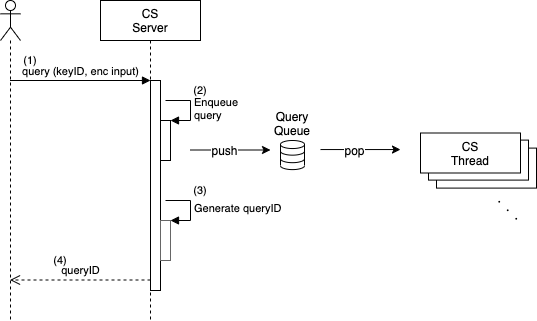
Before: doc/spec-ja/source/images/fhetbl_design-seq-cs-01-1.png, a diagram exported from draw.io (iihiro/FHE-Table-Search). Source tidied: cells renumbered, new cells last; positions are measured from the earlier drawing's top-left corner, leaving out a move shared by most shapes.
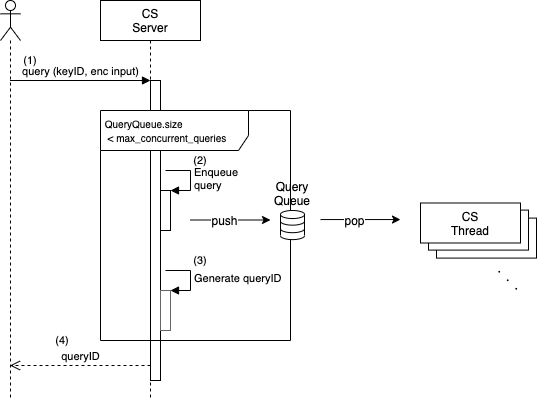
Above is the later version.

What changed in the source:
```diff
@@ -3,19 +3,19 @@
     <mxCell id="0" />
     <mxCell id="1" parent="0" />
     <mxCell id="2" style="rounded=0;whiteSpace=wrap;html=1;strokeColor=#000000;strokeWidth=1;" parent="1" vertex="1">
-      <mxGeometry x="436" y="147.6" width="100" height="40" as="geometry" />
+      <mxGeometry x="436" y="217.6" width="100" height="40" as="geometry" />
     </mxCell>
     <mxCell id="3" style="rounded=0;whiteSpace=wrap;html=1;strokeColor=#000000;strokeWidth=1;" parent="1" vertex="1">
-      <mxGeometry x="428" y="139.6" width="100" height="40" as="geometry" />
+      <mxGeometry x="428" y="209.6" width="100" height="40" as="geometry" />
     </mxCell>
     <mxCell id="4" style="shape=umlLifeline;participant=umlActor;perimeter=lifelinePerimeter;whiteSpace=wrap;html=1;verticalAlign=top;spacingTop=36;labelBackgroundColor=#ffffff;outlineConnect=0;" parent="1" vertex="1">
-      <mxGeometry width="20" height="320" as="geometry" />
+      <mxGeometry width="20" height="400" as="geometry" />
     </mxCell>
     <mxCell id="5" value="CS&lt;br&gt;Server" style="shape=umlLifeline;perimeter=lifelinePerimeter;whiteSpace=wrap;html=1;" parent="1" vertex="1">
-      <mxGeometry x="100" width="100" height="320" as="geometry" />
+      <mxGeometry x="100" width="100" height="400" as="geometry" />
     </mxCell>
     <mxCell id="6" style="html=1;points=[];perimeter=orthogonalPerimeter;" parent="1" vertex="1">
-      <mxGeometry x="150" y="80" width="10" height="210" as="geometry" />
+      <mxGeometry x="150" y="80" width="10" height="300" as="geometry" />
     </mxCell>
     <mxCell id="7" value="query (keyID, enc input)" style="html=1;verticalAlign=bottom;endArrow=block;entryX=0;entryY=0;labelBackgroundColor=none;" parent="1" edge="1" source="4" target="6">
       <mxGeometry relative="1" as="geometry" />
@@ -23,73 +23,76 @@
     <mxCell id="8" value="queryID" style="html=1;verticalAlign=bottom;endArrow=open;dashed=1;endSize=8;exitX=0;exitY=0.95;labelBackgroundColor=none;" parent="1" edge="1" source="6" target="4">
       <mxGeometry relative="1" as="geometry" />
     </mxCell>
-    <mxCell id="9" style="html=1;verticalLabelPosition=bottom;align=center;labelBackgroundColor=#ffffff;verticalAlign=top;strokeWidth=1;strokeColor=#000000;shadow=0;dashed=0;shape=mxgraph.ios7.icons.data;" parent="1" vertex="1">
-      <mxGeometry x="280" y="140" width="24" height="29.1" as="geometry" />
+    <mxCell id="9" style="html=1;points=[];perimeter=orthogonalPerimeter;strokeColor=#000000;strokeWidth=1;" parent="1" vertex="1">
+      <mxGeometry x="160" y="190" width="10" height="40" as="geometry" />
     </mxCell>
-    <mxCell id="10" style="html=1;points=[];perimeter=orthogonalPerimeter;strokeColor=#000000;strokeWidth=1;" parent="1" vertex="1">
-      <mxGeometry x="160" y="120" width="10" height="40" as="geometry" />
+    <mxCell id="10" value="Enqueue&lt;br&gt;query" style="edgeStyle=orthogonalEdgeStyle;html=1;align=left;spacingLeft=2;endArrow=block;rounded=0;entryX=1;entryY=0;labelBackgroundColor=none;" parent="1" edge="1" target="9">
+      <mxGeometry relative="1" as="geometry">
+        <mxPoint x="165" y="170" as="sourcePoint" />
+        <Array as="points">
+          <mxPoint x="190" y="170" />
+        </Array>
+      </mxGeometry>
     </mxCell>
-    <mxCell id="11" value="Enqueue&lt;br&gt;query" style="edgeStyle=orthogonalEdgeStyle;html=1;align=left;spacingLeft=2;endArrow=block;rounded=0;entryX=1;entryY=0;labelBackgroundColor=none;" parent="1" edge="1" target="10">
-      <mxGeometry relative="1" as="geometry">
-        <mxPoint x="165" y="100" as="sourcePoint" />
-        <Array as="points">
-          <mxPoint x="190" y="100" />
-        </Array>
-      </mxGeometry>
+    <mxCell id="11" value="Query Queue" style="text;html=1;strokeColor=none;fillColor=none;align=center;verticalAlign=middle;whiteSpace=wrap;rounded=0;" parent="1" vertex="1">
+      <mxGeometry x="272" y="182.5" width="40" height="20" as="geometry" />
     </mxCell>
-    <mxCell id="12" value="Query Queue" style="text;html=1;strokeColor=none;fillColor=none;align=center;verticalAlign=middle;whiteSpace=wrap;rounded=0;" parent="1" vertex="1">
-      <mxGeometry x="272" y="112.5" width="40" height="20" as="geometry" />
+    <mxCell id="12" style="endArrow=classic;html=1;labelBackgroundColor=none;" parent="1" edge="1">
+      <mxGeometry relative="1" as="geometry">
+        <mxPoint x="190" y="219.5" as="sourcePoint" />
+        <mxPoint x="270" y="219.5" as="targetPoint" />
+      </mxGeometry>
     </mxCell>
-    <mxCell id="13" style="endArrow=classic;html=1;labelBackgroundColor=none;" parent="1" edge="1">
-      <mxGeometry relative="1" as="geometry">
-        <mxPoint x="190" y="149.5" as="sourcePoint" />
-        <mxPoint x="270" y="149.5" as="targetPoint" />
+    <mxCell id="13" value="push" style="text;html=1;align=center;verticalAlign=middle;labelBackgroundColor=#ffffff;" parent="12" vertex="1">
+      <mxGeometry x="-0.17" y="1" relative="1" as="geometry">
+        <mxPoint y="1" as="offset" />
       </mxGeometry>
     </mxCell>
-    <mxCell id="14" value="push" style="text;html=1;align=center;verticalAlign=middle;labelBackgroundColor=#ffffff;" parent="13" vertex="1">
-      <mxGeometry x="-0.17" y="1" relative="1" as="geometry">
-        <mxPoint y="1" as="offset" />
-      </mxGeometry>
+    <mxCell id="14" value="CS&lt;br&gt;Thread" style="rounded=0;whiteSpace=wrap;html=1;strokeColor=#000000;strokeWidth=1;" parent="1" vertex="1">
+      <mxGeometry x="420" y="202.5" width="100" height="40" as="geometry" />
     </mxCell>
-    <mxCell id="15" value="CS&lt;br&gt;Thread" style="rounded=0;whiteSpace=wrap;html=1;strokeColor=#000000;strokeWidth=1;" parent="1" vertex="1">
-      <mxGeometry x="420" y="132.5" width="100" height="40" as="geometry" />
+    <mxCell id="15" style="endArrow=classic;html=1;labelBackgroundColor=none;" parent="1" edge="1">
+      <mxGeometry relative="1" as="geometry">
+        <mxPoint x="320" y="219" as="sourcePoint" />
+        <mxPoint x="400" y="219" as="targetPoint" />
+      </mxGeometry>
     </mxCell>
-    <mxCell id="16" style="endArrow=classic;html=1;labelBackgroundColor=none;" parent="1" edge="1">
-      <mxGeometry relative="1" as="geometry">
-        <mxPoint x="320" y="149" as="sourcePoint" />
-        <mxPoint x="400" y="149" as="targetPoint" />
+    <mxCell id="16" value="pop" style="text;html=1;align=center;verticalAlign=middle;labelBackgroundColor=#ffffff;" parent="15" vertex="1">
+      <mxGeometry x="-0.17" y="1" relative="1" as="geometry">
+        <mxPoint y="1" as="offset" />
       </mxGeometry>
     </mxCell>
-    <mxCell id="17" value="pop" style="text;html=1;align=center;verticalAlign=middle;labelBackgroundColor=#ffffff;" parent="16" vertex="1">
-      <mxGeometry x="-0.17" y="1" relative="1" as="geometry">
-        <mxPoint y="1" as="offset" />
-      </mxGeometry>
+    <mxCell id="17" value="・・・" style="text;html=1;strokeColor=none;fillColor=none;align=center;verticalAlign=middle;whiteSpace=wrap;rounded=0;rotation=45;" parent="1" vertex="1">
+      <mxGeometry x="488" y="270" width="40" height="20" as="geometry" />
     </mxCell>
-    <mxCell id="18" value="・・・" style="text;html=1;strokeColor=none;fillColor=none;align=center;verticalAlign=middle;whiteSpace=wrap;rounded=0;rotation=45;" parent="1" vertex="1">
-      <mxGeometry x="488" y="200" width="40" height="20" as="geometry" />
+    <mxCell id="18" style="html=1;points=[];perimeter=orthogonalPerimeter;strokeColor=#666666;strokeWidth=1;fillColor=none;" parent="1" vertex="1">
+      <mxGeometry x="160" y="290" width="10" height="40" as="geometry" />
     </mxCell>
-    <mxCell id="19" style="html=1;points=[];perimeter=orthogonalPerimeter;strokeColor=#666666;strokeWidth=1;fillColor=none;" parent="1" vertex="1">
-      <mxGeometry x="160" y="220" width="10" height="40" as="geometry" />
+    <mxCell id="19" value="Generate queryID" style="edgeStyle=orthogonalEdgeStyle;html=1;align=left;spacingLeft=2;endArrow=block;rounded=0;entryX=1;entryY=0;labelBackgroundColor=none;" parent="1" edge="1" target="18">
+      <mxGeometry relative="1" as="geometry">
+        <mxPoint x="165" y="270" as="sourcePoint" />
+        <Array as="points">
+          <mxPoint x="190" y="270" />
+        </Array>
+      </mxGeometry>
     </mxCell>
-    <mxCell id="20" value="Generate queryID" style="edgeStyle=orthogonalEdgeStyle;html=1;align=left;spacingLeft=2;endArrow=block;rounded=0;entryX=1;entryY=0;labelBackgroundColor=none;" parent="1" edge="1" target="19">
-      <mxGeometry relative="1" as="geometry">
-        <mxPoint x="165" y="200" as="sourcePoint" />
-        <Array as="points">
-          <mxPoint x="190" y="200" />
-        </Array>
-      </mxGeometry>
+    <mxCell id="20" value="(1)" style="text;html=1;strokeColor=none;fillColor=none;align=center;verticalAlign=middle;whiteSpace=wrap;rounded=0;fontSize=11;" parent="1" vertex="1">
+      <mxGeometry x="10" y="50" width="40" height="20" as="geometry" />
     </mxCell>
-    <mxCell id="21" value="(1)" style="text;html=1;strokeColor=none;fillColor=none;align=center;verticalAlign=middle;whiteSpace=wrap;rounded=0;fontSize=11;" parent="1" vertex="1">
-      <mxGeometry x="10" y="50" width="40" height="20" as="geometry" />
+    <mxCell id="21" value="(2)" style="text;html=1;strokeColor=none;fillColor=none;align=center;verticalAlign=middle;whiteSpace=wrap;rounded=0;fontSize=11;" parent="1" vertex="1">
+      <mxGeometry x="180" y="150" width="40" height="20" as="geometry" />
     </mxCell>
-    <mxCell id="22" value="(2)" style="text;html=1;strokeColor=none;fillColor=none;align=center;verticalAlign=middle;whiteSpace=wrap;rounded=0;fontSize=11;" parent="1" vertex="1">
-      <mxGeometry x="180" y="80" width="40" height="20" as="geometry" />
+    <mxCell id="22" value="(3)" style="text;html=1;strokeColor=none;fillColor=none;align=center;verticalAlign=middle;whiteSpace=wrap;rounded=0;fontSize=11;" parent="1" vertex="1">
+      <mxGeometry x="180" y="250" width="40" height="20" as="geometry" />
     </mxCell>
-    <mxCell id="23" value="(3)" style="text;html=1;strokeColor=none;fillColor=none;align=center;verticalAlign=middle;whiteSpace=wrap;rounded=0;fontSize=11;" parent="1" vertex="1">
-      <mxGeometry x="180" y="180" width="40" height="20" as="geometry" />
+    <mxCell id="23" value="(4)" style="text;html=1;strokeColor=none;fillColor=none;align=center;verticalAlign=middle;whiteSpace=wrap;rounded=0;fontSize=11;" parent="1" vertex="1">
+      <mxGeometry x="42" y="330" width="40" height="20" as="geometry" />
     </mxCell>
-    <mxCell id="24" value="(4)" style="text;html=1;strokeColor=none;fillColor=none;align=center;verticalAlign=middle;whiteSpace=wrap;rounded=0;fontSize=11;" parent="1" vertex="1">
-      <mxGeometry x="40" y="250" width="40" height="20" as="geometry" />
+    <mxCell id="24" value="&lt;font style=&quot;font-size: 10px&quot;&gt;&amp;nbsp;QueryQueue.size&lt;br&gt;&amp;nbsp; &amp;lt; max_concurrent_queries&lt;/font&gt;" style="shape=umlFrame;whiteSpace=wrap;html=1;width=148;height=40;align=left;" parent="1" vertex="1">
+      <mxGeometry x="100" y="110" width="190" height="230" as="geometry" />
     </mxCell>
+    <mxCell id="25" style="html=1;verticalLabelPosition=bottom;align=center;labelBackgroundColor=#ffffff;verticalAlign=top;strokeWidth=1;strokeColor=#000000;shadow=0;dashed=0;shape=mxgraph.ios7.icons.data;" parent="1" vertex="1">
+      <mxGeometry x="280" y="210" width="24" height="29.1" as="geometry" />
+    </mxCell>
   </root>
 </mxGraphModel>
```
